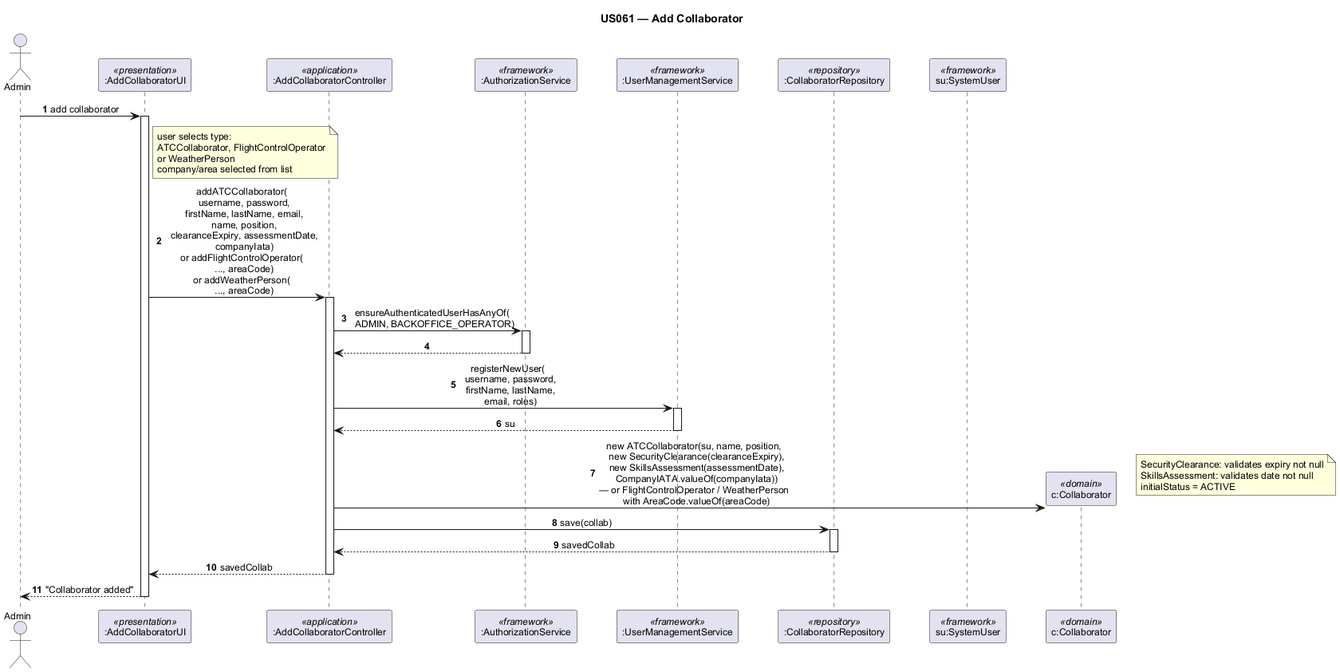
Before: docs/Sprint2/EAPLI/us_061/sd_us061_add_collaborator.png, a diagram exported from PlantUML (1240826/aisafe-flight-control).
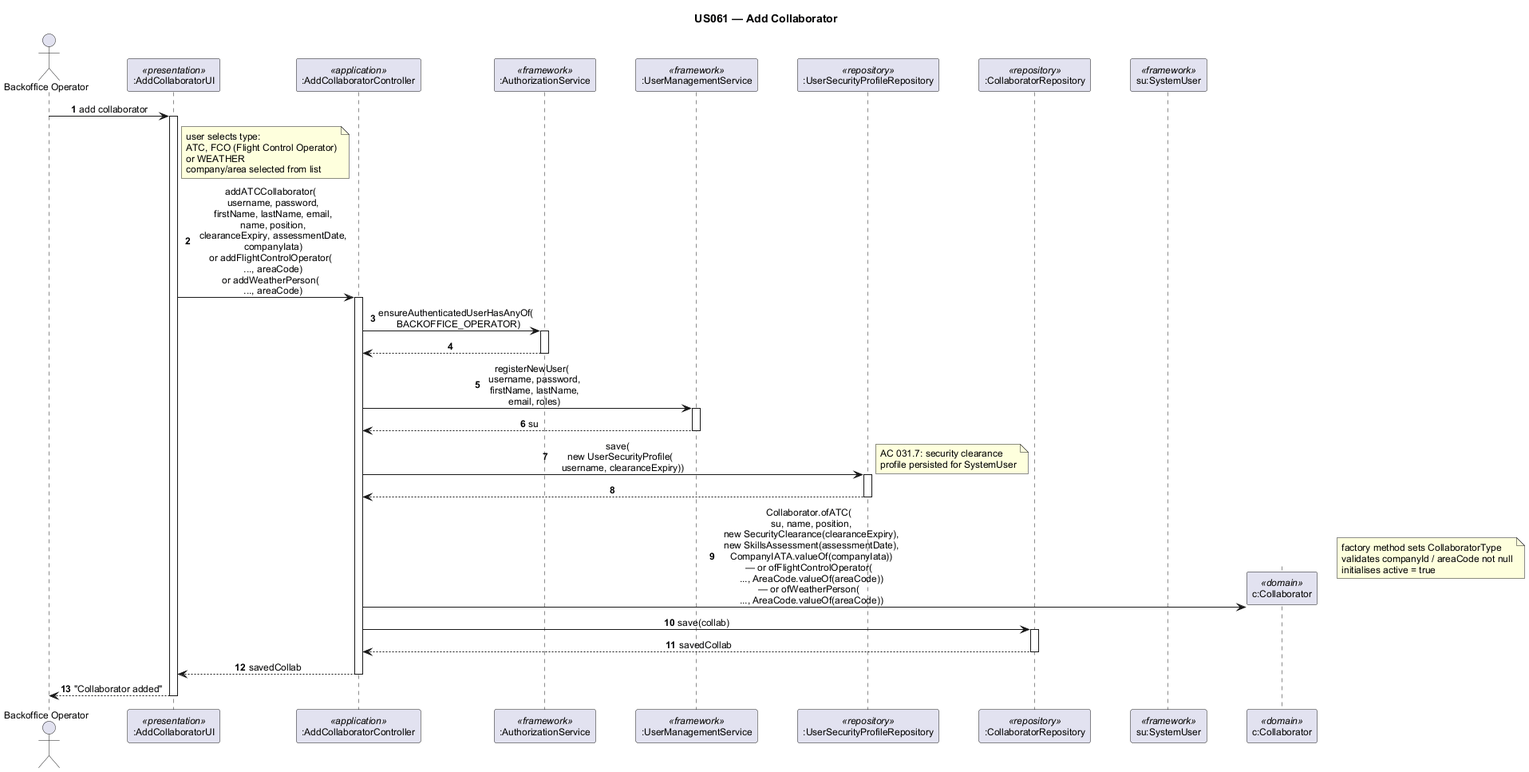
After the change.

Commit message:
Collaborator SDs update, documentation done - References #35 #38

What changed in the source:
```diff
@@ -1,5 +1,4 @@
 @startuml sd_us061_add_collaborator
-skinparamlocked defaultFontSize 20
 title US061 — Add Collaborator
 
 skinparam sequenceMessageAlign center
@@ -9,23 +8,24 @@
 
 autonumber
 
-actor "Admin" as actor
+actor "Backoffice Operator" as actor
 participant ":AddCollaboratorUI" as ui <<presentation>>
 participant ":AddCollaboratorController" as ctrl <<application>>
 participant ":AuthorizationService" as authz <<framework>>
 participant ":UserManagementService" as userSvc <<framework>>
+participant ":UserSecurityProfileRepository" as profileRepo <<repository>>
 participant ":CollaboratorRepository" as repo <<repository>>
 participant "su:SystemUser" as su <<framework>>
 participant "c:Collaborator" as collab <<domain>>
 
 actor -> ui : add collaborator
 activate ui
-note right of ui : user selects type:\nATCCollaborator, FlightControlOperator\nor WeatherPerson\ncompany/area selected from list
+note right of ui : user selects type:\nATC, FCO (Flight Control Operator)\nor WEATHER\ncompany/area selected from list
 
 ui -> ctrl : addATCCollaborator(\n  username, password,\n  firstName, lastName, email,\n  name, position,\n  clearanceExpiry, assessmentDate,\n  companyIata)\nor addFlightControlOperator(\n  ..., areaCode)\nor addWeatherPerson(\n  ..., areaCode)
 activate ctrl
 
-ctrl -> authz : ensureAuthenticatedUserHasAnyOf(\n  ADMIN, BACKOFFICE_OPERATOR)
+ctrl -> authz : ensureAuthenticatedUserHasAnyOf(\n  BACKOFFICE_OPERATOR)
 activate authz
 authz --> ctrl
 deactivate authz
@@ -35,9 +35,15 @@
 userSvc --> ctrl : su
 deactivate userSvc
 
+ctrl -> profileRepo : save(\n  new UserSecurityProfile(\n    username, clearanceExpiry))
+activate profileRepo
+note right : AC 031.7: security clearance\nprofile persisted for SystemUser
+profileRepo --> ctrl
+deactivate profileRepo
+
 create collab
-ctrl -> collab ** : new ATCCollaborator(su, name, position,\n  new SecurityClearance(clearanceExpiry),\n  new SkillsAssessment(assessmentDate),\n  CompanyIATA.valueOf(companyIata))\n— or FlightControlOperator / WeatherPerson\n  with AreaCode.valueOf(areaCode)
-note right : SecurityClearance: validates expiry not null\nSkillsAssessment: validates date not null\ninitialStatus = ACTIVE
+ctrl -> collab ** : Collaborator.ofATC(\n  su, name, position,\n  new SecurityClearance(clearanceExpiry),\n  new SkillsAssessment(assessmentDate),\n  CompanyIATA.valueOf(companyIata))\n— or ofFlightControlOperator(\n  ..., AreaCode.valueOf(areaCode))\n— or ofWeatherPerson(\n  ..., AreaCode.valueOf(areaCode))
+note right : factory method sets CollaboratorType\nvalidates companyId / areaCode not null\ninitialises active = true
 
 ctrl -> repo : save(collab)
 activate repo
```
